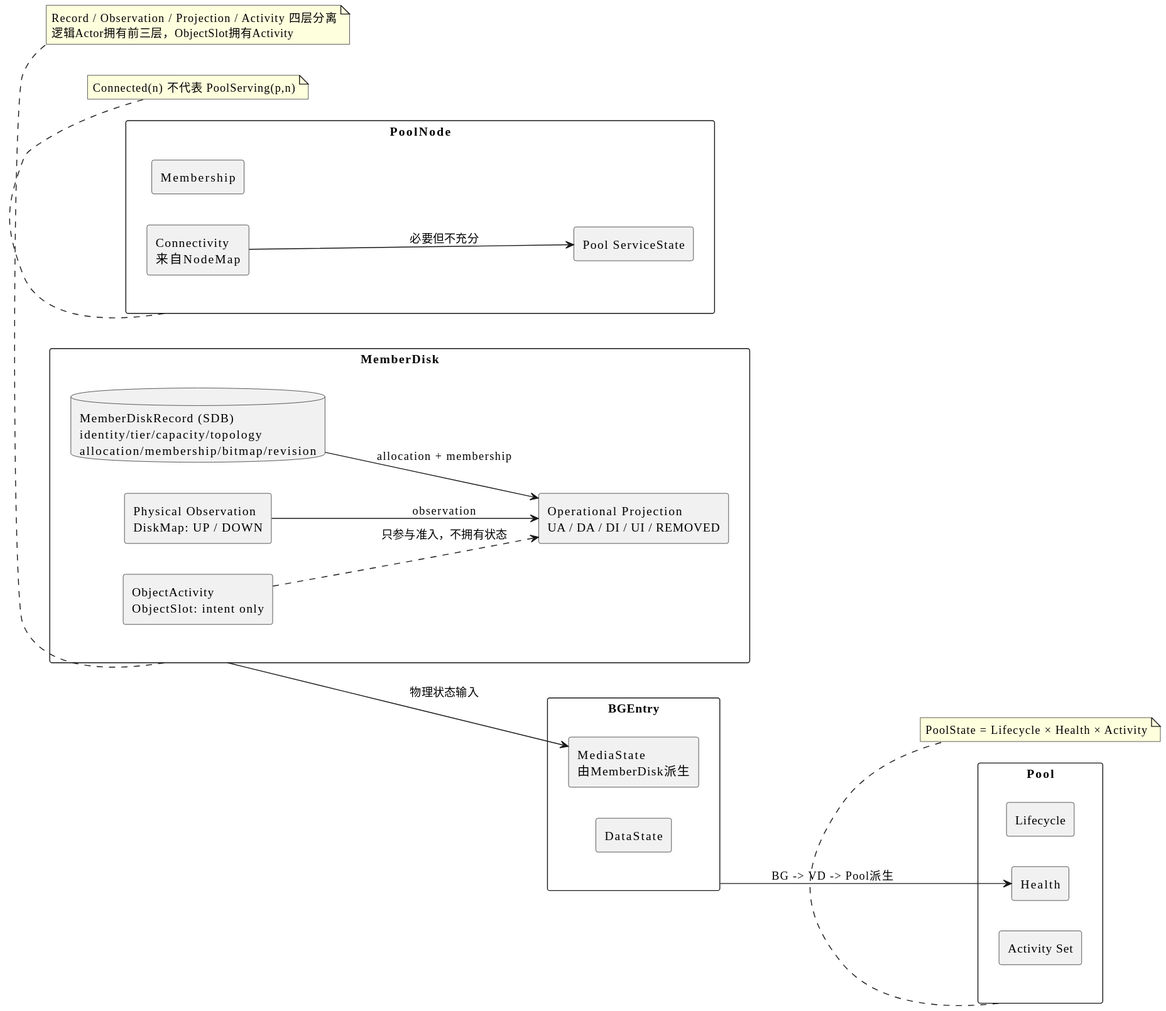
limushu/runtime keeps this PlantUML diagram as pool-control-plane-baseline/assets/state-dimensions.svg. Above is the earlier version.
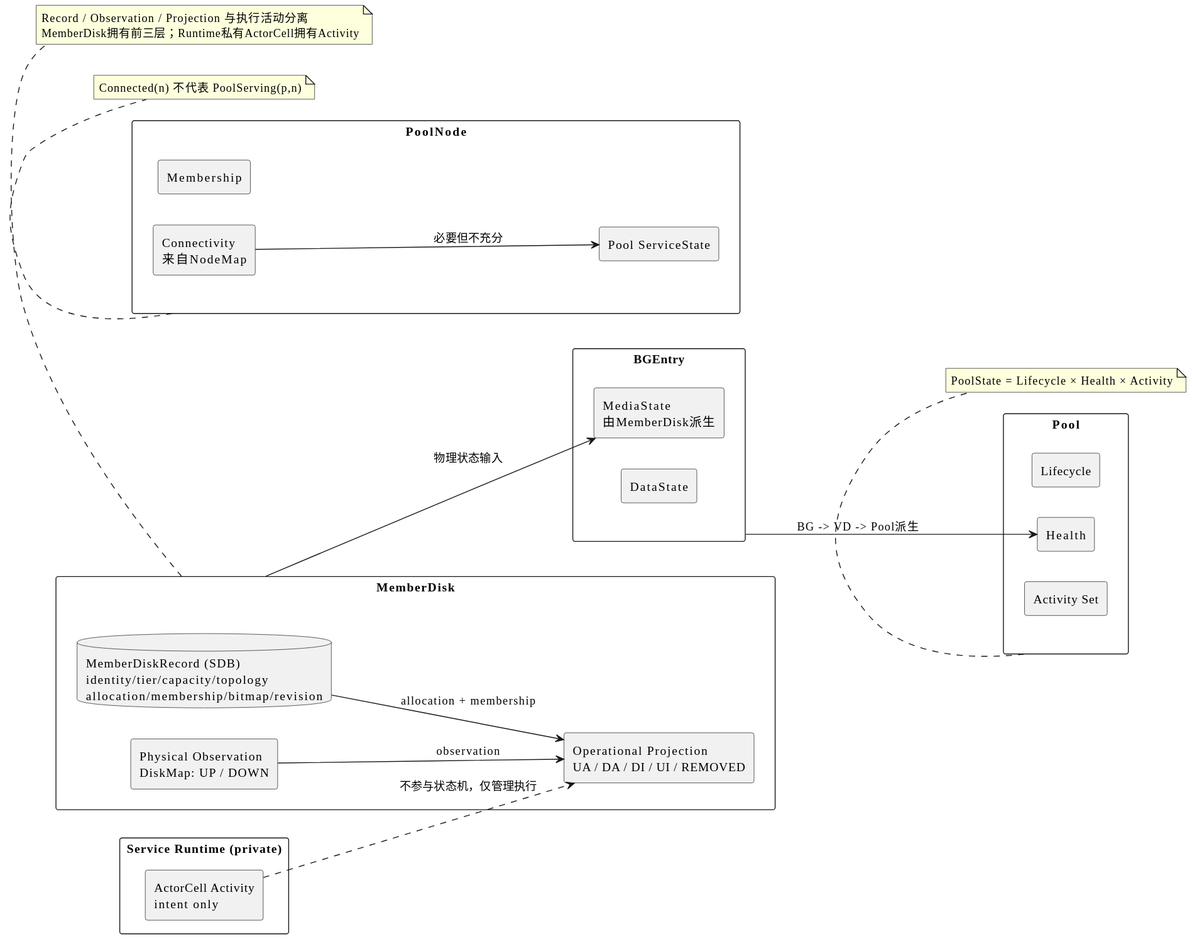
After the change.

The edit, as a diff of the source:
```diff
@@ -15,7 +15,10 @@
   database "MemberDiskRecord (SDB)\nidentity/tier/capacity/topology\nallocation/membership/bitmap/revision" as Record
   component "Physical Observation\nDiskMap: UP / DOWN" as PhysicalState
   component "Operational Projection\nUA / DA / DI / UI / REMOVED" as DiskState
-  component "ObjectActivity\nObjectSlot: intent only" as ObjectActivity
+}
+
+rectangle "Service Runtime (private)" as Runtime {
+  component "ActorCell Activity\nintent only" as ActorActivity
 }
 
 rectangle "PoolNode" as PN {
@@ -33,7 +36,7 @@
 MD --> MediaState : 物理状态输入
 Record --> DiskState : allocation + membership
 PhysicalState --> DiskState : observation
-ObjectActivity ..> DiskState : 只参与准入，不拥有状态
+ActorActivity ..> DiskState : 不参与状态机，仅管理执行
 Connectivity --> ServiceState : 必要但不充分
 
 note bottom of Pool
@@ -45,7 +48,7 @@
 end note
 
 note bottom of MD
-Record / Observation / Projection / Activity 四层分离
-逻辑Actor拥有前三层，ObjectSlot拥有Activity
+Record / Observation / Projection 与执行活动分离
+MemberDisk拥有前三层；Runtime私有ActorCell拥有Activity
 end note
 @enduml
```
